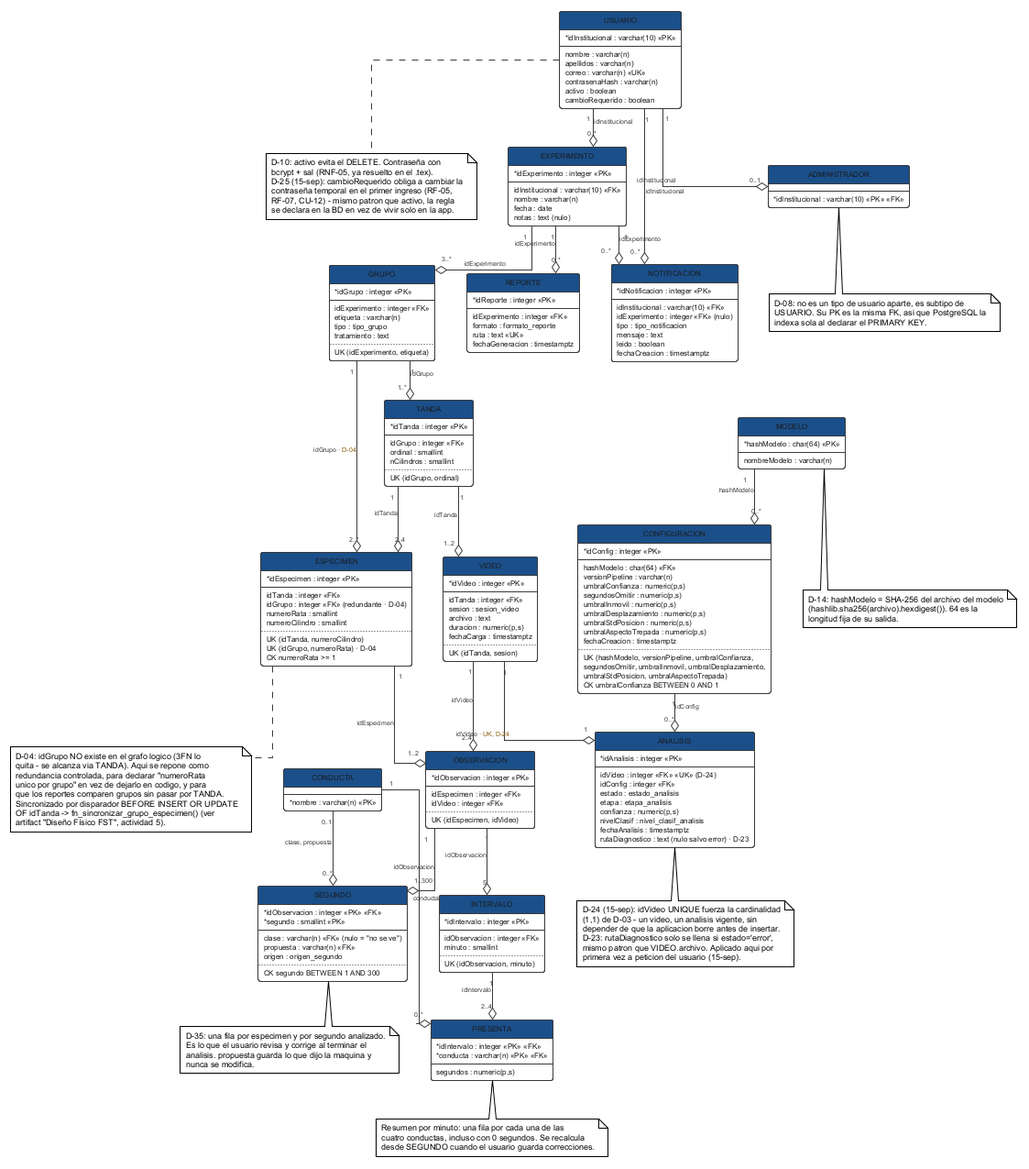
Before: figures/mermaid/esquema_fisico.png, a diagram exported from PlantUML (ErickJester/fst-ai-system-latex).
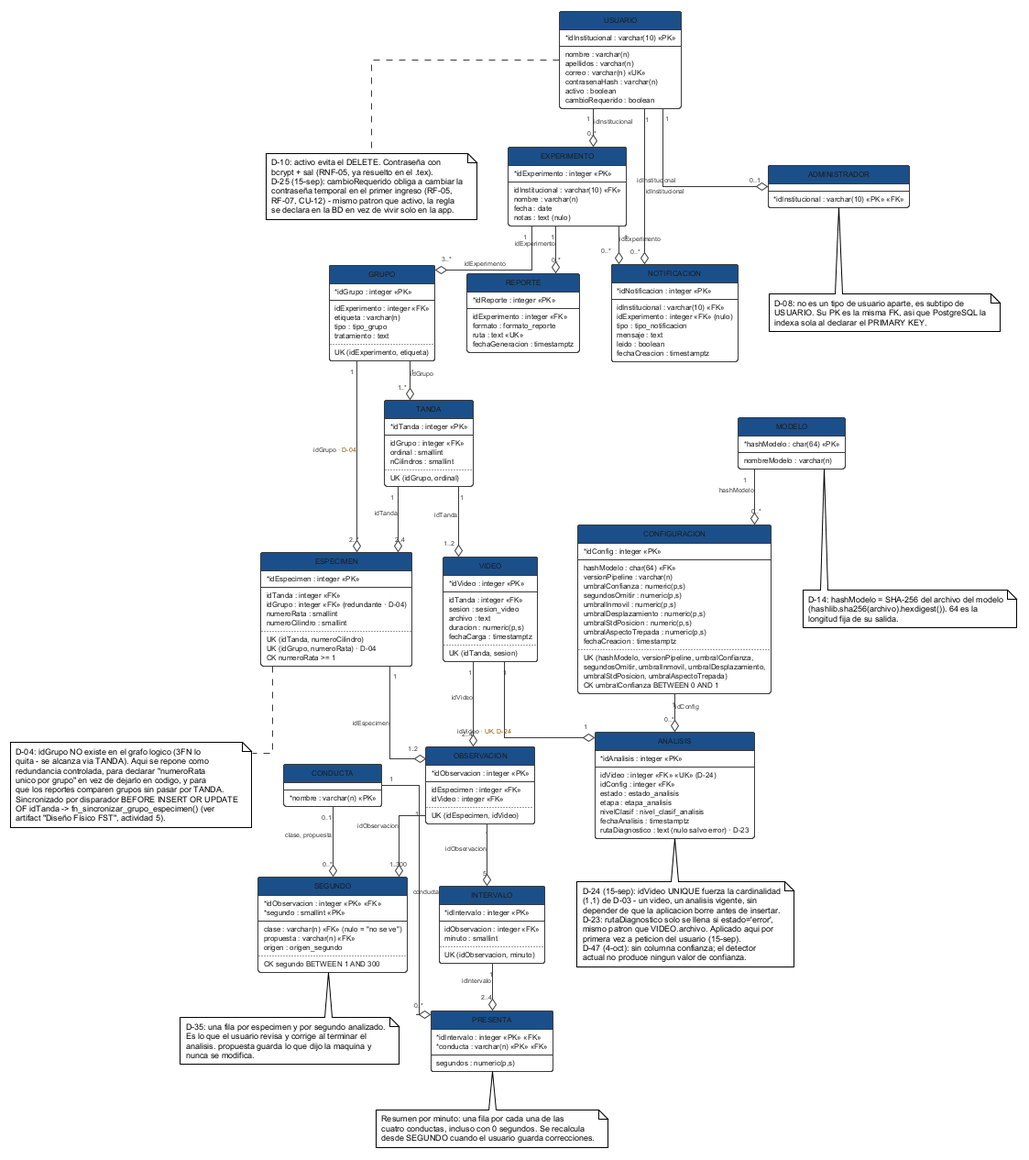
After the change.

The edit, as a diff of the source:
```diff
@@ -123,7 +123,6 @@
   idConfig : integer <<FK>>
   estado : estado_analisis
   etapa : etapa_analisis
-  confianza : numeric(p,s)
   nivelClasif : nivel_clasif_analisis
   fechaAnalisis : timestamptz
   rutaDiagnostico : text (nulo salvo error) · D-23
@@ -135,6 +134,8 @@
   D-23: rutaDiagnostico solo se llena si estado='error',
   mismo patron que VIDEO.archivo. Aplicado aqui por
   primera vez a peticion del usuario (15-sep).
+  D-47 (4-oct): sin columna confianza; el detector
+  actual no produce ningun valor de confianza.
 end note
 
 entity OBSERVACION {
```
